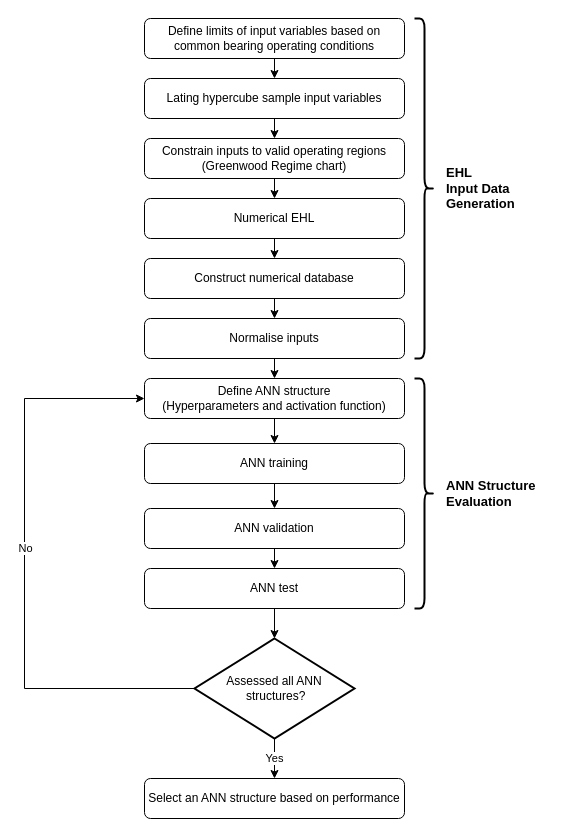
The draw.io diagram Chapters/05_Artificial_Neural_Networks_for_EHL_Film_Thickness_Predictions/EHL ANN Flowhart v2.drawio in QuestH/PhDThesis, before the edit. Source tidied: cells renumbered, new cells numbered last; positions are measured from the earlier drawing's top-left corner, leaving out a move shared by most shapes. Both pictures are drawn from the tidied source at 100%, with x=0, y=0 at pixel (24, 18).
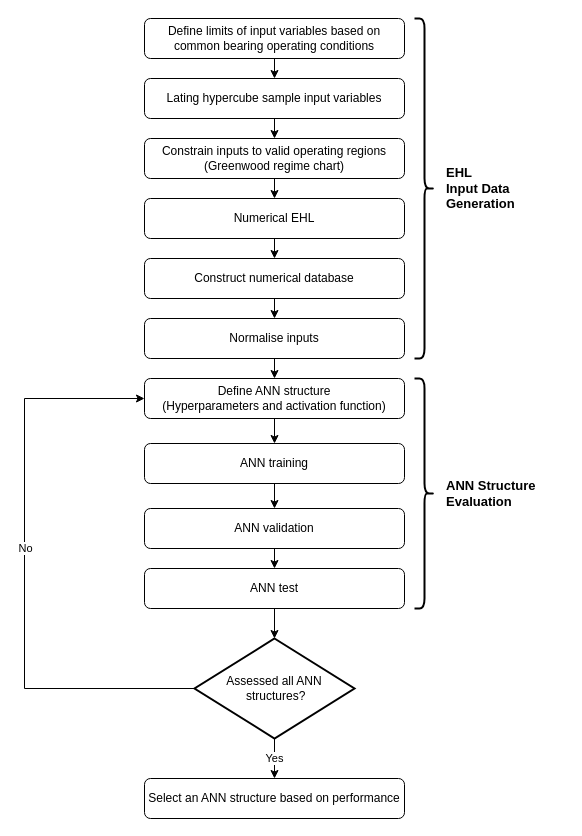
The same page after the edit.

What changed in the source:
```diff
@@
-    <mxCell id="5" value="Constrain inputs to valid operating regions (Greenwood Regime chart)" style="rounded=1;whiteSpace=wrap;html=1;fontSize=12;glass=0;strokeWidth=1;shadow=0;" parent="1" vertex="1">
+    <mxCell id="5" value="Constrain inputs to valid operating regions (Greenwood regime chart)" style="rounded=1;whiteSpace=wrap;html=1;fontSize=12;glass=0;strokeWidth=1;shadow=0;" parent="1" vertex="1">
       <mxGeometry x="120" y="120" width="260" height="40" as="geometry" />
     </mxCell>
```
